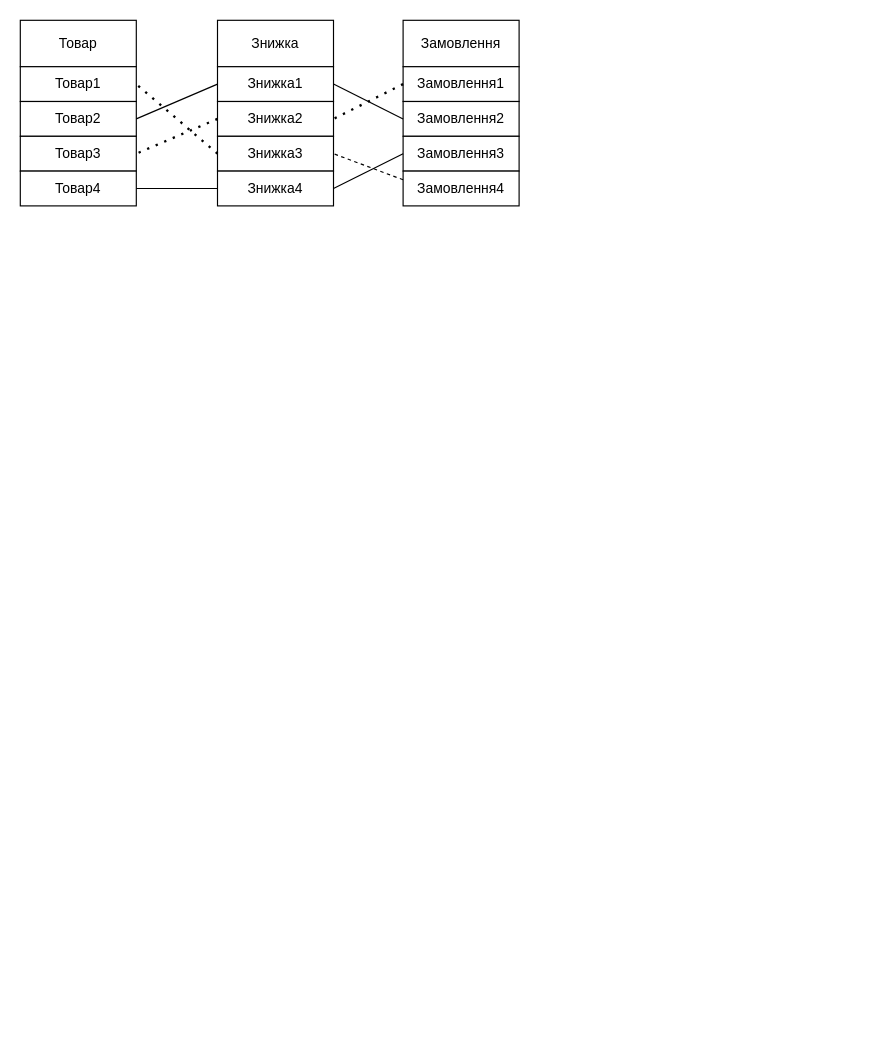
Kazinak1/Module-1 keeps this draw.io diagram as Диаграмма без названия.drawio. Above is the earlier version. Source tidied: cells renumbered, new cells numbered last; positions are measured from the earlier drawing's top-left corner, leaving out a move shared by most shapes. Both pictures are drawn from the tidied source at 116%, with x=0, y=0 at pixel (20, 20).
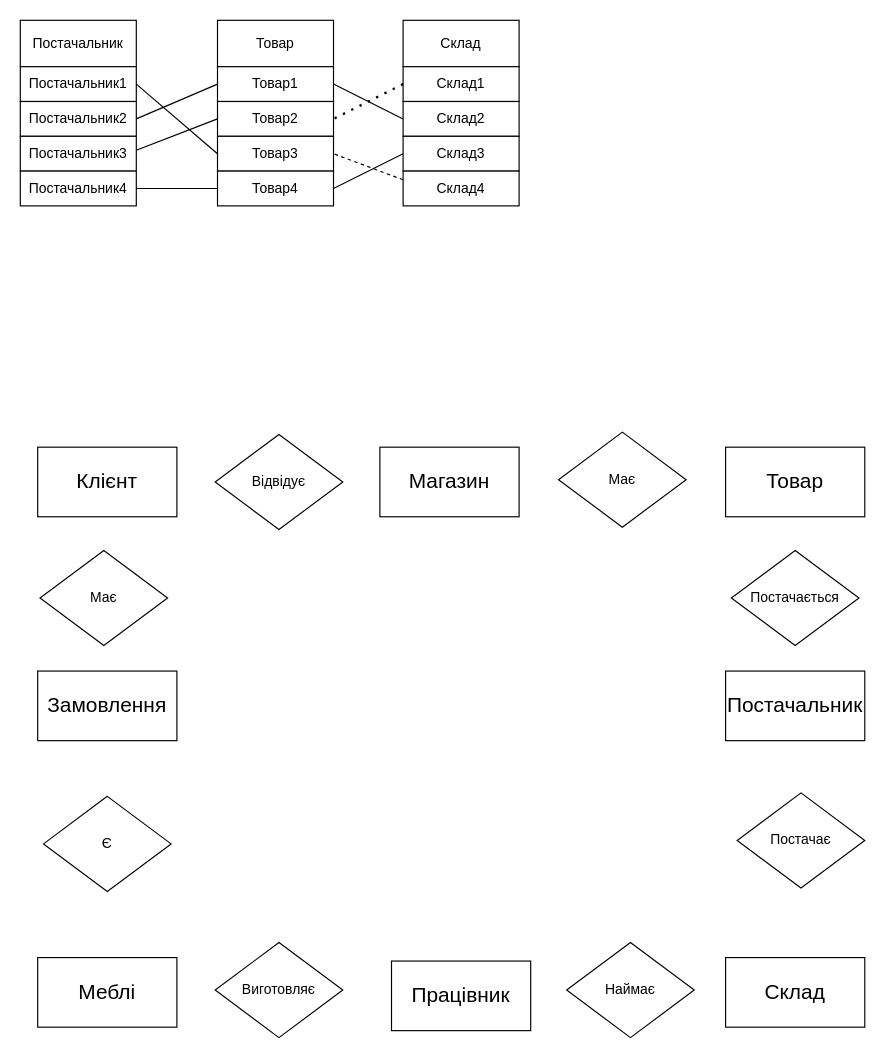
Above is the later version.

Diff of the diagram source:
```diff
@@
-    <mxCell id="2" value="Товар" style="rounded=0;whiteSpace=wrap;html=1;" parent="1" vertex="1">
+    <mxCell id="2" value="Постачальник" style="rounded=0;whiteSpace=wrap;html=1;" parent="1" vertex="1">
       <mxGeometry width="100" height="40" as="geometry" />
     </mxCell>
-    <mxCell id="3" value="Товар1" style="rounded=0;whiteSpace=wrap;html=1;" parent="1" vertex="1">
+    <mxCell id="3" value="Постачальник1" style="rounded=0;whiteSpace=wrap;html=1;" parent="1" vertex="1">
       <mxGeometry y="40" width="100" height="30" as="geometry" />
     </mxCell>
-    <mxCell id="4" value="Товар2" style="rounded=0;whiteSpace=wrap;html=1;" parent="1" vertex="1">
+    <mxCell id="4" value="Постачальник2" style="rounded=0;whiteSpace=wrap;html=1;" parent="1" vertex="1">
       <mxGeometry y="70" width="100" height="30" as="geometry" />
     </mxCell>
-    <mxCell id="5" value="Товар3" style="rounded=0;whiteSpace=wrap;html=1;" parent="1" vertex="1">
+    <mxCell id="5" value="Постачальник3" style="rounded=0;whiteSpace=wrap;html=1;" parent="1" vertex="1">
       <mxGeometry y="100" width="100" height="30" as="geometry" />
     </mxCell>
-    <mxCell id="6" value="Товар4" style="rounded=0;whiteSpace=wrap;html=1;" parent="1" vertex="1">
+    <mxCell id="6" value="Постачальник4" style="rounded=0;whiteSpace=wrap;html=1;" parent="1" vertex="1">
       <mxGeometry y="130" width="100" height="30" as="geometry" />
     </mxCell>
-    <mxCell id="7" value="Знижка" style="rounded=0;whiteSpace=wrap;html=1;" parent="1" vertex="1">
+    <mxCell id="7" value="Товар" style="rounded=0;whiteSpace=wrap;html=1;" parent="1" vertex="1">
       <mxGeometry x="170" width="100" height="40" as="geometry" />
     </mxCell>
-    <mxCell id="8" value="Знижка1" style="rounded=0;whiteSpace=wrap;html=1;" parent="1" vertex="1">
+    <mxCell id="8" value="Товар1" style="rounded=0;whiteSpace=wrap;html=1;" parent="1" vertex="1">
       <mxGeometry x="170" y="40" width="100" height="30" as="geometry" />
     </mxCell>
-    <mxCell id="9" value="Знижка2" style="rounded=0;whiteSpace=wrap;html=1;" parent="1" vertex="1">
+    <mxCell id="9" value="Товар2" style="rounded=0;whiteSpace=wrap;html=1;" parent="1" vertex="1">
       <mxGeometry x="170" y="70" width="100" height="30" as="geometry" />
     </mxCell>
-    <mxCell id="10" value="Знижка3" style="rounded=0;whiteSpace=wrap;html=1;" parent="1" vertex="1">
+    <mxCell id="10" value="Товар3" style="rounded=0;whiteSpace=wrap;html=1;" parent="1" vertex="1">
       <mxGeometry x="170" y="100" width="100" height="30" as="geometry" />
     </mxCell>
-    <mxCell id="11" value="Знижка4" style="rounded=0;whiteSpace=wrap;html=1;" parent="1" vertex="1">
+    <mxCell id="11" value="Товар4" style="rounded=0;whiteSpace=wrap;html=1;" parent="1" vertex="1">
       <mxGeometry x="170" y="130" width="100" height="30" as="geometry" />
     </mxCell>
-    <mxCell id="12" value="Замовлення" style="rounded=0;whiteSpace=wrap;html=1;" parent="1" vertex="1">
+    <mxCell id="12" value="Склад" style="rounded=0;whiteSpace=wrap;html=1;" parent="1" vertex="1">
       <mxGeometry x="330" width="100" height="40" as="geometry" />
     </mxCell>
-    <mxCell id="13" value="Замовлення1" style="rounded=0;whiteSpace=wrap;html=1;" parent="1" vertex="1">
+    <mxCell id="13" value="Склад1" style="rounded=0;whiteSpace=wrap;html=1;" parent="1" vertex="1">
       <mxGeometry x="330" y="40" width="100" height="30" as="geometry" />
     </mxCell>
-    <mxCell id="14" value="Замовлення2" style="rounded=0;whiteSpace=wrap;html=1;" parent="1" vertex="1">
+    <mxCell id="14" value="Склад2" style="rounded=0;whiteSpace=wrap;html=1;" parent="1" vertex="1">
       <mxGeometry x="330" y="70" width="100" height="30" as="geometry" />
     </mxCell>
-    <mxCell id="15" value="Замовлення3" style="rounded=0;whiteSpace=wrap;html=1;" parent="1" vertex="1">
+    <mxCell id="15" value="Склад3" style="rounded=0;whiteSpace=wrap;html=1;" parent="1" vertex="1">
       <mxGeometry x="330" y="100" width="100" height="30" as="geometry" />
     </mxCell>
-    <mxCell id="16" value="Замовлення4" style="rounded=0;whiteSpace=wrap;html=1;" parent="1" vertex="1">
+    <mxCell id="16" value="Склад4" style="rounded=0;whiteSpace=wrap;html=1;" parent="1" vertex="1">
       <mxGeometry x="330" y="130" width="100" height="30" as="geometry" />
     </mxCell>
-    <mxCell id="17" style="endArrow=none;dashed=1;html=1;dashPattern=1 3;strokeWidth=2;rounded=0;entryX=1;entryY=0.5;entryDx=0;entryDy=0;exitX=0;exitY=0.5;exitDx=0;exitDy=0;" parent="1" edge="1" source="10" target="3">
-      <mxGeometry relative="1" as="geometry" />
-    </mxCell>
@@
-    <mxCell id="20" style="endArrow=none;dashed=1;html=1;dashPattern=1 3;strokeWidth=2;rounded=0;entryX=1;entryY=0.5;entryDx=0;entryDy=0;exitX=0;exitY=0.5;exitDx=0;exitDy=0;" parent="1" edge="1" source="9" target="5">
-      <mxGeometry relative="1" as="geometry" />
-    </mxCell>
@@
+    <mxCell id="20" style="endArrow=none;html=1;rounded=0;entryX=1;entryY=0.4;entryDx=0;entryDy=0;entryPerimeter=0;exitX=0;exitY=0.5;exitDx=0;exitDy=0;" parent="1" edge="1" source="9" target="5">
+      <mxGeometry relative="1" as="geometry" />
+    </mxCell>
+    <mxCell id="17" style="endArrow=none;html=1;rounded=0;entryX=1;entryY=0.5;entryDx=0;entryDy=0;exitX=0;exitY=0.5;exitDx=0;exitDy=0;" parent="1" edge="1" source="10" target="3">
+      <mxGeometry relative="1" as="geometry" />
+    </mxCell>
+    <mxCell id="25" value="&lt;font style=&quot;font-size: 18px;&quot;&gt;Клієнт&lt;/font&gt;" style="rounded=0;whiteSpace=wrap;html=1;" parent="1" vertex="1">
+      <mxGeometry x="15" y="368" width="120" height="60" as="geometry" />
+    </mxCell>
+    <mxCell id="26" value="&lt;font style=&quot;font-size: 18px;&quot;&gt;Магазин&lt;/font&gt;" style="rounded=0;whiteSpace=wrap;html=1;" parent="1" vertex="1">
+      <mxGeometry x="310" y="368" width="120" height="60" as="geometry" />
+    </mxCell>
+    <mxCell id="27" value="&lt;font style=&quot;font-size: 18px;&quot;&gt;Товар&lt;/font&gt;" style="rounded=0;whiteSpace=wrap;html=1;" parent="1" vertex="1">
+      <mxGeometry x="608" y="368" width="120" height="60" as="geometry" />
+    </mxCell>
+    <mxCell id="28" value="&lt;font style=&quot;font-size: 18px;&quot;&gt;Постачальник&lt;/font&gt;" style="rounded=0;whiteSpace=wrap;html=1;" parent="1" vertex="1">
+      <mxGeometry x="608" y="561" width="120" height="60" as="geometry" />
+    </mxCell>
+    <mxCell id="29" value="&lt;font style=&quot;font-size: 18px;&quot;&gt;Склад&lt;/font&gt;" style="rounded=0;whiteSpace=wrap;html=1;" parent="1" vertex="1">
+      <mxGeometry x="608" y="808" width="120" height="60" as="geometry" />
+    </mxCell>
+    <mxCell id="30" value="&lt;font style=&quot;font-size: 18px;&quot;&gt;Працівник&lt;/font&gt;" style="rounded=0;whiteSpace=wrap;html=1;" parent="1" vertex="1">
+      <mxGeometry x="320" y="811" width="120" height="60" as="geometry" />
+    </mxCell>
+    <mxCell id="31" value="&lt;font style=&quot;font-size: 18px;&quot;&gt;Меблі&lt;/font&gt;" style="rounded=0;whiteSpace=wrap;html=1;" parent="1" vertex="1">
+      <mxGeometry x="15" y="808" width="120" height="60" as="geometry" />
+    </mxCell>
+    <mxCell id="32" value="&lt;font style=&quot;font-size: 18px;&quot;&gt;Замовлення&lt;/font&gt;" style="rounded=0;whiteSpace=wrap;html=1;" parent="1" vertex="1">
+      <mxGeometry x="15" y="561" width="120" height="60" as="geometry" />
+    </mxCell>
+    <mxCell id="33" value="Є" style="rhombus;whiteSpace=wrap;html=1;" parent="1" vertex="1">
+      <mxGeometry x="20" y="669" width="110" height="82" as="geometry" />
+    </mxCell>
+    <mxCell id="34" value="Має" style="rhombus;whiteSpace=wrap;html=1;" parent="1" vertex="1">
+      <mxGeometry x="17" y="457" width="110" height="82" as="geometry" />
+    </mxCell>
+    <mxCell id="35" value="Відвідує" style="rhombus;whiteSpace=wrap;html=1;" parent="1" vertex="1">
+      <mxGeometry x="168" y="357" width="110" height="82" as="geometry" />
+    </mxCell>
+    <mxCell id="36" value="Має" style="rhombus;whiteSpace=wrap;html=1;" parent="1" vertex="1">
+      <mxGeometry x="464" y="355" width="110" height="82" as="geometry" />
+    </mxCell>
+    <mxCell id="37" value="Постачається" style="rhombus;whiteSpace=wrap;html=1;" parent="1" vertex="1">
+      <mxGeometry x="613" y="457" width="110" height="82" as="geometry" />
+    </mxCell>
+    <mxCell id="38" value="Постачає" style="rhombus;whiteSpace=wrap;html=1;" parent="1" vertex="1">
+      <mxGeometry x="618" y="666" width="110" height="82" as="geometry" />
+    </mxCell>
+    <mxCell id="39" value="Наймає" style="rhombus;whiteSpace=wrap;html=1;" parent="1" vertex="1">
+      <mxGeometry x="471" y="795" width="110" height="82" as="geometry" />
+    </mxCell>
+    <mxCell id="40" value="Виготовляє" style="rhombus;whiteSpace=wrap;html=1;" parent="1" vertex="1">
+      <mxGeometry x="168" y="795" width="110" height="82" as="geometry" />
+    </mxCell>
```
